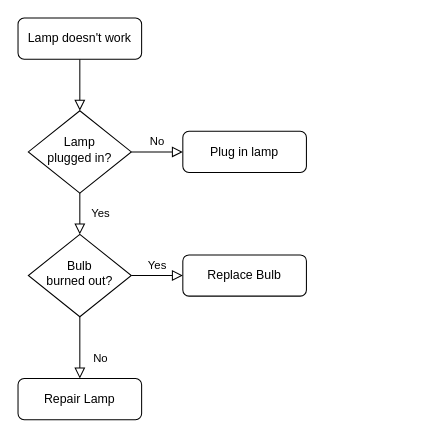
Before: Untitled Diagram.drawio in himdol/afterDelete, a draw.io diagram. Source tidied: cells renumbered, new cells numbered last; positions are measured from the earlier drawing's top-left corner, leaving out a move shared by most shapes. Both pictures are drawn from the tidied source at 103%, with x=0, y=0 at pixel (18, 18).
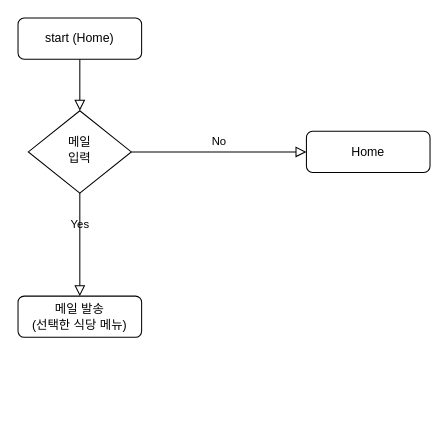
The same page after the edit.

Change to the diagram source:
```diff
@@
 <mxGraphModel>
   <root>
     <mxCell id="0" />
     <mxCell id="1" parent="0" />
     <mxCell id="2" style="rounded=0;html=1;jettySize=auto;fontSize=11;endArrow=block;endFill=0;endSize=8;strokeWidth=1;shadow=0;labelBackgroundColor=none;edgeStyle=orthogonalEdgeStyle;" parent="1" edge="1" source="3" target="6">
       <mxGeometry relative="1" as="geometry" />
     </mxCell>
-    <mxCell id="3" value="Lamp doesn't work" style="rounded=1;whiteSpace=wrap;html=1;fontSize=12;glass=0;strokeWidth=1;shadow=0;" parent="1" vertex="1">
+    <mxCell id="3" value="start (Home)" style="rounded=1;whiteSpace=wrap;html=1;fontSize=12;glass=0;strokeWidth=1;shadow=0;" parent="1" vertex="1">
       <mxGeometry width="120" height="40" as="geometry" />
     </mxCell>
-    <mxCell id="4" value="Yes" style="rounded=0;html=1;jettySize=auto;fontSize=11;endArrow=block;endFill=0;endSize=8;strokeWidth=1;shadow=0;labelBackgroundColor=none;edgeStyle=orthogonalEdgeStyle;" parent="1" edge="1" source="6" target="10">
-      <mxGeometry y="20" relative="1" as="geometry" />
+    <mxCell id="4" value="Yes" style="rounded=0;html=1;jettySize=auto;fontSize=11;endArrow=block;endFill=0;endSize=8;strokeWidth=1;shadow=0;labelBackgroundColor=none;edgeStyle=orthogonalEdgeStyle;" parent="1" edge="1" source="6">
+      <mxGeometry y="20" relative="1" as="geometry">
+        <mxPoint x="60" y="270" as="targetPoint" />
+      </mxGeometry>
     </mxCell>
     <mxCell id="5" value="No" style="edgeStyle=orthogonalEdgeStyle;rounded=0;html=1;jettySize=auto;fontSize=11;endArrow=block;endFill=0;endSize=8;strokeWidth=1;shadow=0;labelBackgroundColor=none;" parent="1" edge="1" source="6" target="7">
       <mxGeometry y="10" relative="1" as="geometry" />
     </mxCell>
-    <mxCell id="6" value="Lamp&lt;br&gt;plugged in?" style="rhombus;whiteSpace=wrap;html=1;shadow=0;fontFamily=Helvetica;fontSize=12;align=center;strokeWidth=1;spacing=6;spacingTop=-4;" parent="1" vertex="1">
+    <mxCell id="6" value="메일&lt;br&gt;입력" style="rhombus;whiteSpace=wrap;html=1;shadow=0;fontFamily=Helvetica;fontSize=12;align=center;strokeWidth=1;spacing=6;spacingTop=-4;" parent="1" vertex="1">
       <mxGeometry x="10" y="90" width="100" height="80" as="geometry" />
     </mxCell>
-    <mxCell id="7" value="Plug in lamp" style="rounded=1;whiteSpace=wrap;html=1;fontSize=12;glass=0;strokeWidth=1;shadow=0;" parent="1" vertex="1">
-      <mxGeometry x="160" y="110" width="120" height="40" as="geometry" />
+    <mxCell id="7" value="Home" style="rounded=1;whiteSpace=wrap;html=1;fontSize=12;glass=0;strokeWidth=1;shadow=0;" parent="1" vertex="1">
+      <mxGeometry x="280" y="110" width="120" height="40" as="geometry" />
     </mxCell>
-    <mxCell id="8" value="No" style="rounded=0;html=1;jettySize=auto;fontSize=11;endArrow=block;endFill=0;endSize=8;strokeWidth=1;shadow=0;labelBackgroundColor=none;edgeStyle=orthogonalEdgeStyle;" parent="1" edge="1" source="10" target="11">
-      <mxGeometry x="0.33" y="20" relative="1" as="geometry" />
-    </mxCell>
-    <mxCell id="9" value="Yes" style="edgeStyle=orthogonalEdgeStyle;rounded=0;html=1;jettySize=auto;fontSize=11;endArrow=block;endFill=0;endSize=8;strokeWidth=1;shadow=0;labelBackgroundColor=none;" parent="1" edge="1" source="10" target="12">
-      <mxGeometry y="10" relative="1" as="geometry" />
-    </mxCell>
-    <mxCell id="10" value="Bulb&lt;br&gt;burned out?" style="rhombus;whiteSpace=wrap;html=1;shadow=0;fontFamily=Helvetica;fontSize=12;align=center;strokeWidth=1;spacing=6;spacingTop=-4;" parent="1" vertex="1">
-      <mxGeometry x="10" y="210" width="100" height="80" as="geometry" />
-    </mxCell>
-    <mxCell id="11" value="Repair Lamp" style="rounded=1;whiteSpace=wrap;html=1;fontSize=12;glass=0;strokeWidth=1;shadow=0;" parent="1" vertex="1">
-      <mxGeometry y="350" width="120" height="40" as="geometry" />
+    <mxCell id="11" value="메일 발송&lt;br style=&quot;border-color: var(--border-color);&quot;&gt;(선택한 식당 메뉴)" style="rounded=1;whiteSpace=wrap;html=1;fontSize=12;glass=0;strokeWidth=1;shadow=0;" parent="1" vertex="1">
+      <mxGeometry y="270" width="120" height="40" as="geometry" />
     </mxCell>
-    <mxCell id="12" value="Replace Bulb" style="rounded=1;whiteSpace=wrap;html=1;fontSize=12;glass=0;strokeWidth=1;shadow=0;" parent="1" vertex="1">
-      <mxGeometry x="160" y="230" width="120" height="40" as="geometry" />
-    </mxCell>
   </root>
 </mxGraphModel>
```
